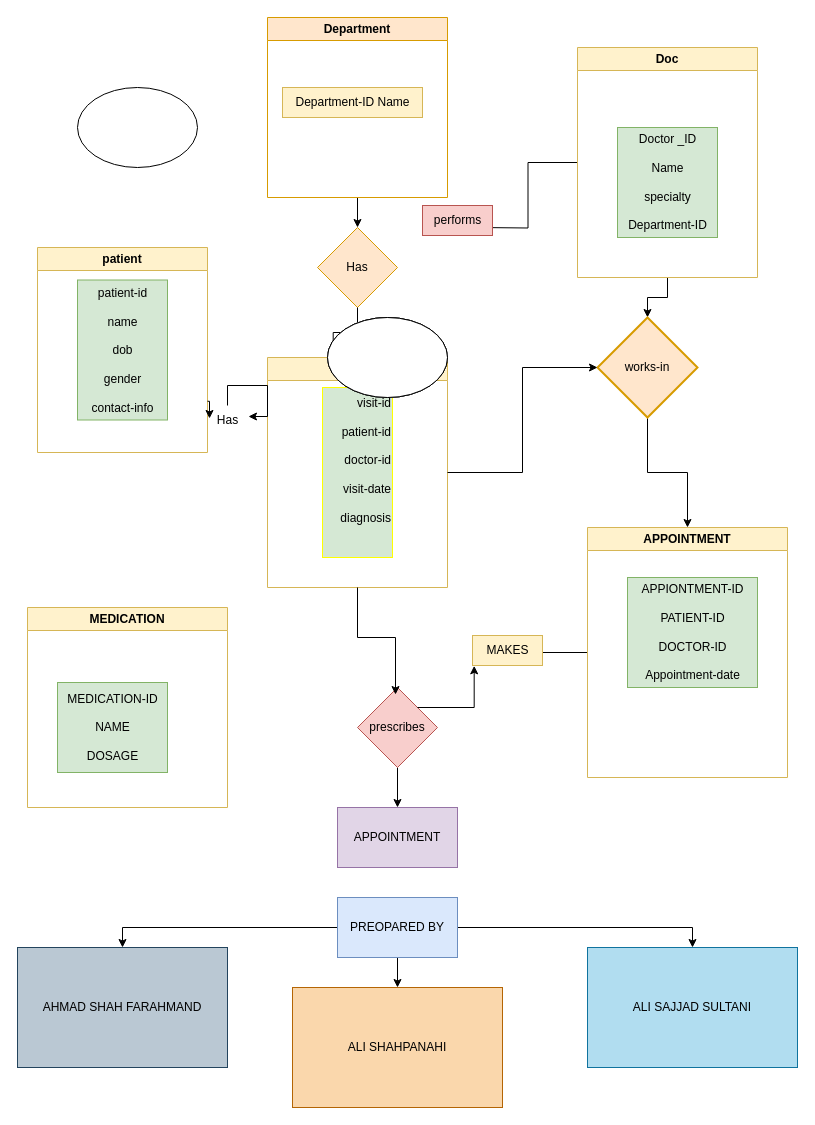
sajjad138314/Hospital keeps this draw.io diagram as Untitled Diagram.drawio. Above is the earlier version. Source tidied: cells renumbered, new cells numbered last; positions are measured from the earlier drawing's top-left corner, leaving out a move shared by most shapes. Both pictures are drawn from the tidied source at 100%, with x=0, y=0 at pixel (17, 17).
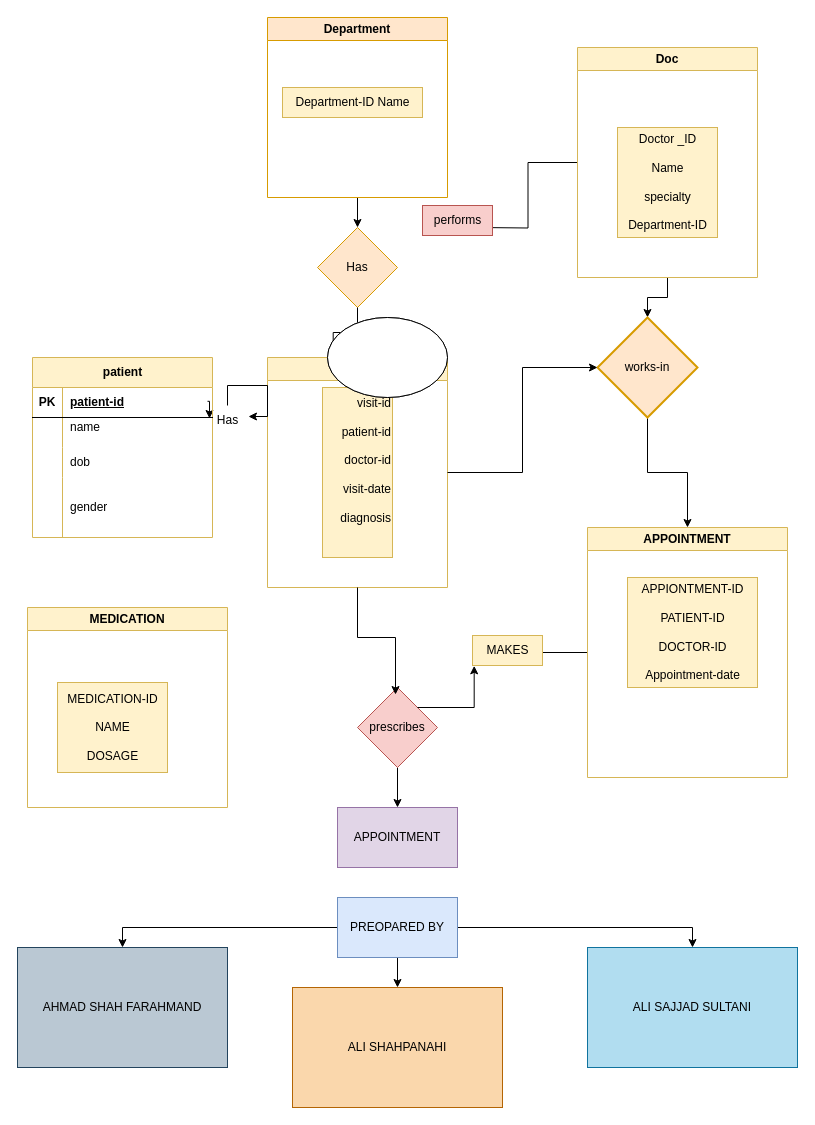
After the change.

Unchanged cells that the change refers to:
```xml
<mxCell id="8" value="Doc" style="swimlane;whiteSpace=wrap;html=1;fillColor=#fff2cc;strokeColor=#d6b656;" parent="1" vertex="1">
  <mxGeometry x="560" y="30" width="180" height="230" as="geometry" />
</mxCell>
<mxCell id="15" value="visit" style="swimlane;whiteSpace=wrap;html=1;fillColor=#fff2cc;strokeColor=#d6b656;" parent="1" vertex="1">
  <mxGeometry x="250" y="340" width="180" height="230" as="geometry" />
</mxCell>
<mxCell id="18" value="APPOINTMENT" style="swimlane;whiteSpace=wrap;html=1;fillColor=#fff2cc;strokeColor=#d6b656;" parent="1" vertex="1">
  <mxGeometry x="570" y="510" width="200" height="250" as="geometry" />
</mxCell>
<mxCell id="25" value="MEDICATION" style="swimlane;whiteSpace=wrap;html=1;fillColor=#fff2cc;strokeColor=#d6b656;" parent="1" vertex="1">
  <mxGeometry x="10" y="590" width="200" height="200" as="geometry" />
</mxCell>
<mxCell id="29" value="Has" style="text;html=1;align=center;verticalAlign=middle;points=[];strokeColor=none;fillColor=none;" parent="1" vertex="1">
  <mxGeometry x="190" y="388" width="40" height="30" as="geometry" />
</mxCell>
```

Change to the diagram source:
```diff
@@
-    <mxCell id="9" value="Doctor _ID&lt;div&gt;&lt;br&gt;&lt;div&gt;Name&lt;/div&gt;&lt;div&gt;&lt;br&gt;&lt;/div&gt;&lt;div&gt;specialty&lt;/div&gt;&lt;div&gt;&lt;br&gt;&lt;/div&gt;&lt;div&gt;Department-ID&lt;/div&gt;&lt;/div&gt;" style="text;html=1;align=center;verticalAlign=middle;strokeColor=#82b366;fillColor=#d5e8d4;" parent="8" vertex="1">
+    <mxCell id="9" value="Doctor _ID&lt;div&gt;&lt;br&gt;&lt;div&gt;Name&lt;/div&gt;&lt;div&gt;&lt;br&gt;&lt;/div&gt;&lt;div&gt;specialty&lt;/div&gt;&lt;div&gt;&lt;br&gt;&lt;/div&gt;&lt;div&gt;Department-ID&lt;/div&gt;&lt;/div&gt;" style="text;html=1;align=center;verticalAlign=middle;strokeColor=#d6b656;fillColor=#fff2cc;" parent="8" vertex="1">
       <mxGeometry x="40" y="80" width="100" height="110" as="geometry" />
     </mxCell>
-    <mxCell id="10" value="patient" style="swimlane;whiteSpace=wrap;html=1;fillColor=#fff2cc;strokeColor=#d6b656;" parent="1" vertex="1">
-      <mxGeometry x="20" y="230" width="170" height="205" as="geometry" />
-    </mxCell>
-    <mxCell id="11" value="patient-id&lt;div&gt;&lt;br&gt;&lt;div&gt;name&lt;/div&gt;&lt;div&gt;&lt;br&gt;&lt;/div&gt;&lt;div&gt;dob&lt;/div&gt;&lt;div&gt;&lt;br&gt;&lt;/div&gt;&lt;div&gt;gender&lt;/div&gt;&lt;div&gt;&lt;br&gt;&lt;/div&gt;&lt;div&gt;contact-info&lt;/div&gt;&lt;/div&gt;" style="text;html=1;align=center;verticalAlign=middle;strokeColor=#82b366;fillColor=#d5e8d4;" parent="10" vertex="1">
-      <mxGeometry x="40" y="32.5" width="90" height="140" as="geometry" />
-    </mxCell>
@@
-    <mxCell id="16" value="&lt;div&gt;&lt;span style=&quot;background-color: transparent; color: light-dark(rgb(0, 0, 0), rgb(255, 255, 255));&quot;&gt;&lt;font&gt;visit-id&lt;/font&gt;&lt;/span&gt;&lt;/div&gt;&lt;div&gt;&lt;span style=&quot;background-color: transparent; color: light-dark(rgb(0, 0, 0), rgb(255, 255, 255));&quot;&gt;&lt;font&gt;&lt;br&gt;&lt;/font&gt;&lt;/span&gt;&lt;/div&gt;&lt;span style=&quot;background-color: transparent; color: light-dark(rgb(0, 0, 0), rgb(255, 255, 255));&quot;&gt;&lt;font&gt;patient-id&lt;/font&gt;&lt;/span&gt;&lt;div&gt;&lt;font&gt;&lt;br&gt;&lt;span style=&quot;background-color: transparent; color: light-dark(rgb(0, 0, 0), rgb(255, 255, 255));&quot;&gt;doctor-id&lt;/span&gt;&lt;/font&gt;&lt;/div&gt;&lt;div&gt;&lt;font&gt;&lt;br&gt;&lt;span style=&quot;background-color: transparent; color: light-dark(rgb(0, 0, 0), rgb(255, 255, 255));&quot;&gt;visit-date&lt;/span&gt;&lt;/font&gt;&lt;/div&gt;&lt;div&gt;&lt;font&gt;&lt;br&gt;&lt;span style=&quot;background-color: transparent; color: light-dark(rgb(0, 0, 0), rgb(255, 255, 255));&quot;&gt;diagnosis&lt;/span&gt;&lt;/font&gt;&lt;/div&gt;&lt;div&gt;&lt;span style=&quot;background-color: transparent; color: light-dark(rgb(0, 0, 0), rgb(255, 255, 255)); font-size: 20px;&quot;&gt;&lt;br&gt;&lt;/span&gt;&lt;/div&gt;" style="text;html=1;align=right;verticalAlign=middle;strokeColor=#FFFF00;fillColor=#d5e8d4;" parent="15" vertex="1">
+    <mxCell id="16" value="&lt;div&gt;&lt;span style=&quot;background-color: transparent; color: light-dark(rgb(0, 0, 0), rgb(255, 255, 255));&quot;&gt;&lt;font&gt;visit-id&lt;/font&gt;&lt;/span&gt;&lt;/div&gt;&lt;div&gt;&lt;span style=&quot;background-color: transparent; color: light-dark(rgb(0, 0, 0), rgb(255, 255, 255));&quot;&gt;&lt;font&gt;&lt;br&gt;&lt;/font&gt;&lt;/span&gt;&lt;/div&gt;&lt;span style=&quot;background-color: transparent; color: light-dark(rgb(0, 0, 0), rgb(255, 255, 255));&quot;&gt;&lt;font&gt;patient-id&lt;/font&gt;&lt;/span&gt;&lt;div&gt;&lt;font&gt;&lt;br&gt;&lt;span style=&quot;background-color: transparent; color: light-dark(rgb(0, 0, 0), rgb(255, 255, 255));&quot;&gt;doctor-id&lt;/span&gt;&lt;/font&gt;&lt;/div&gt;&lt;div&gt;&lt;font&gt;&lt;br&gt;&lt;span style=&quot;background-color: transparent; color: light-dark(rgb(0, 0, 0), rgb(255, 255, 255));&quot;&gt;visit-date&lt;/span&gt;&lt;/font&gt;&lt;/div&gt;&lt;div&gt;&lt;font&gt;&lt;br&gt;&lt;span style=&quot;background-color: transparent; color: light-dark(rgb(0, 0, 0), rgb(255, 255, 255));&quot;&gt;diagnosis&lt;/span&gt;&lt;/font&gt;&lt;/div&gt;&lt;div&gt;&lt;span style=&quot;background-color: transparent; color: light-dark(rgb(0, 0, 0), rgb(255, 255, 255)); font-size: 20px;&quot;&gt;&lt;br&gt;&lt;/span&gt;&lt;/div&gt;" style="text;html=1;align=right;verticalAlign=middle;strokeColor=#d6b656;fillColor=#fff2cc;" parent="15" vertex="1">
       <mxGeometry x="55" y="30" width="70" height="170" as="geometry" />
     </mxCell>
@@
-    <mxCell id="19" value="APPIONTMENT-ID&lt;div&gt;&lt;br&gt;&lt;div&gt;PATIENT-ID&lt;/div&gt;&lt;div&gt;&lt;br&gt;&lt;/div&gt;&lt;div&gt;DOCTOR-ID&lt;/div&gt;&lt;div&gt;&lt;br&gt;&lt;/div&gt;&lt;div&gt;Appointment-date&lt;/div&gt;&lt;/div&gt;" style="text;html=1;align=center;verticalAlign=middle;strokeColor=#82b366;fillColor=#d5e8d4;" parent="18" vertex="1">
+    <mxCell id="19" value="APPIONTMENT-ID&lt;div&gt;&lt;br&gt;&lt;div&gt;PATIENT-ID&lt;/div&gt;&lt;div&gt;&lt;br&gt;&lt;/div&gt;&lt;div&gt;DOCTOR-ID&lt;/div&gt;&lt;div&gt;&lt;br&gt;&lt;/div&gt;&lt;div&gt;Appointment-date&lt;/div&gt;&lt;/div&gt;" style="text;html=1;align=center;verticalAlign=middle;strokeColor=#d6b656;fillColor=#fff2cc;" parent="18" vertex="1">
       <mxGeometry x="40" y="50" width="130" height="110" as="geometry" />
     </mxCell>
@@
-    <mxCell id="26" value="MEDICATION-ID&lt;div&gt;&lt;br&gt;&lt;div&gt;NAME&lt;/div&gt;&lt;div&gt;&lt;br&gt;&lt;/div&gt;&lt;div&gt;DOSAGE&lt;/div&gt;&lt;/div&gt;" style="text;html=1;align=center;verticalAlign=middle;strokeColor=#82b366;fillColor=#d5e8d4;" parent="25" vertex="1">
+    <mxCell id="26" value="MEDICATION-ID&lt;div&gt;&lt;br&gt;&lt;div&gt;NAME&lt;/div&gt;&lt;div&gt;&lt;br&gt;&lt;/div&gt;&lt;div&gt;DOSAGE&lt;/div&gt;&lt;/div&gt;" style="text;html=1;align=center;verticalAlign=middle;strokeColor=#d6b656;fillColor=#fff2cc;" parent="25" vertex="1">
       <mxGeometry x="30" y="75" width="110" height="90" as="geometry" />
     </mxCell>
@@
-    <mxCell id="30" style="edgeStyle=orthogonalEdgeStyle;rounded=0;jettySize=auto;html=1;exitX=1;exitY=0.75;exitDx=0;exitDy=0;entryX=0.05;entryY=0.433;entryDx=0;entryDy=0;entryPerimeter=0;" parent="1" edge="1" source="10" target="29">
-      <mxGeometry relative="1" as="geometry" />
+    <mxCell id="30" style="edgeStyle=orthogonalEdgeStyle;rounded=0;jettySize=auto;html=1;exitX=1;exitY=0.75;exitDx=0;exitDy=0;entryX=0.05;entryY=0.433;entryDx=0;entryDy=0;entryPerimeter=0;" parent="1" edge="1" target="29">
+      <mxGeometry relative="1" as="geometry">
+        <mxPoint x="190" y="383.8" as="sourcePoint" />
+      </mxGeometry>
     </mxCell>
@@
-    <mxCell id="42" style="ellipse;whiteSpace=wrap;html=1;" parent="1" vertex="1">
-      <mxGeometry x="310" y="300" width="120" height="80" as="geometry" />
-    </mxCell>
-    <mxCell id="43" style="ellipse;whiteSpace=wrap;html=1;" parent="1" vertex="1">
-      <mxGeometry x="60" y="70" width="120" height="80" as="geometry" />
-    </mxCell>
+    <mxCell id="10" value="patient" style="shape=table;startSize=30;childLayout=tableLayout;rowLines=0;fontStyle=1;align=center;html=1;fillColor=#fff2cc;strokeColor=#d6b656;" parent="1" vertex="1">
+      <mxGeometry x="15" y="340" width="180" height="180" as="geometry" />
+    </mxCell>
+    <mxCell id="44" style="shape=tableRow;horizontal=0;startSize=0;swimlaneHead=0;swimlaneBody=0;fillColor=none;top=0;left=0;right=0;bottom=1;" parent="10" vertex="1">
+      <mxGeometry y="30" width="180" height="30" as="geometry" />
+    </mxCell>
+    <mxCell id="45" value="PK" style="shape=partialRectangle;fillColor=none;top=0;left=0;bottom=0;right=0;fontStyle=1;overflow=hidden;whiteSpace=wrap;html=1;" parent="44" vertex="1">
+      <mxGeometry width="30" height="30" as="geometry" />
+    </mxCell>
+    <mxCell id="46" value="patient-id" style="shape=partialRectangle;fillColor=none;top=0;left=0;bottom=0;right=0;align=left;spacingLeft=6;fontStyle=5;overflow=hidden;whiteSpace=wrap;html=1;" parent="44" vertex="1">
+      <mxGeometry x="30" width="150" height="30" as="geometry" />
+    </mxCell>
+    <mxCell id="47" style="shape=tableRow;horizontal=0;startSize=0;swimlaneHead=0;swimlaneBody=0;fillColor=none;top=0;left=0;right=0;bottom=0;" parent="10" vertex="1">
+      <mxGeometry y="60" width="180" height="30" as="geometry" />
+    </mxCell>
+    <mxCell id="48" style="shape=partialRectangle;fillColor=none;top=0;left=0;bottom=0;right=0;overflow=hidden;whiteSpace=wrap;html=1;" parent="47" vertex="1">
+      <mxGeometry width="30" height="30" as="geometry" />
+    </mxCell>
+    <mxCell id="49" value="name&lt;div&gt;&lt;br&gt;&lt;/div&gt;" style="shape=partialRectangle;fillColor=none;top=0;left=0;bottom=0;right=0;align=left;spacingLeft=6;overflow=hidden;whiteSpace=wrap;html=1;" parent="47" vertex="1">
+      <mxGeometry x="30" width="150" height="30" as="geometry" />
+    </mxCell>
+    <mxCell id="50" style="shape=tableRow;horizontal=0;startSize=0;swimlaneHead=0;swimlaneBody=0;fillColor=none;top=0;left=0;right=0;bottom=0;" parent="10" vertex="1">
+      <mxGeometry y="90" width="180" height="30" as="geometry" />
+    </mxCell>
+    <mxCell id="51" style="shape=partialRectangle;fillColor=none;top=0;left=0;bottom=0;right=0;overflow=hidden;whiteSpace=wrap;html=1;" parent="50" vertex="1">
+      <mxGeometry width="30" height="30" as="geometry" />
+    </mxCell>
+    <mxCell id="52" value="dob" style="shape=partialRectangle;fillColor=none;top=0;left=0;bottom=0;right=0;align=left;spacingLeft=6;overflow=hidden;whiteSpace=wrap;html=1;" parent="50" vertex="1">
+      <mxGeometry x="30" width="150" height="30" as="geometry" />
+    </mxCell>
+    <mxCell id="53" style="shape=tableRow;horizontal=0;startSize=0;swimlaneHead=0;swimlaneBody=0;fillColor=none;top=0;left=0;right=0;bottom=0;" parent="10" vertex="1">
+      <mxGeometry y="120" width="180" height="60" as="geometry" />
+    </mxCell>
+    <mxCell id="54" style="shape=partialRectangle;fillColor=none;top=0;left=0;bottom=0;right=0;overflow=hidden;whiteSpace=wrap;html=1;" parent="53" vertex="1">
+      <mxGeometry width="30" height="60" as="geometry" />
+    </mxCell>
+    <mxCell id="55" value="gender" style="shape=partialRectangle;fillColor=none;top=0;left=0;bottom=0;right=0;align=left;spacingLeft=6;overflow=hidden;whiteSpace=wrap;html=1;" parent="53" vertex="1">
+      <mxGeometry x="30" width="150" height="60" as="geometry" />
+    </mxCell>
```
